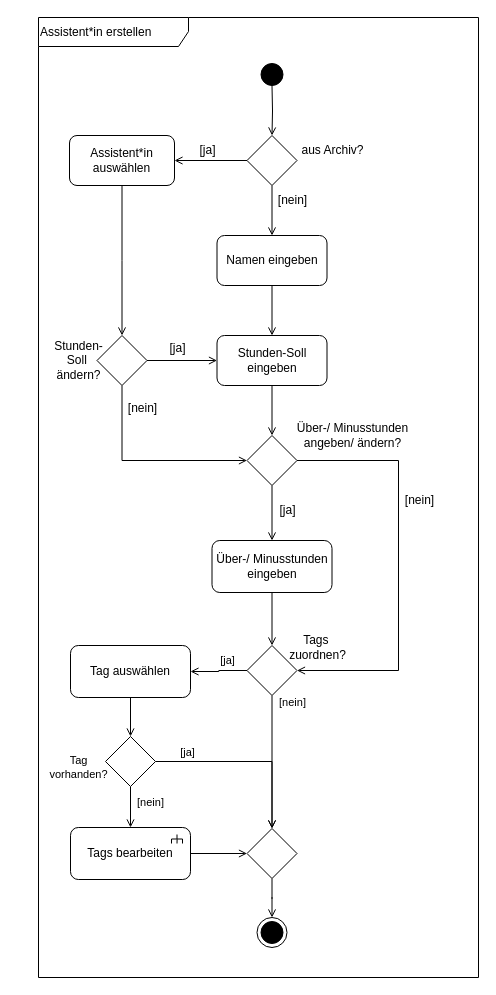
Before: 4_Entwurf/4_UML/4_UML_Aktivitätsdiagramme/ad_AssistentErstellen.drawio in annikalenneper/praxisprojekt_mi_bachelor_SoSe24, a draw.io diagram. Source tidied: cells renumbered, new cells numbered last; positions are measured from the earlier drawing's top-left corner, leaving out a move shared by most shapes. Both pictures are drawn from the tidied source at 100%, with x=0, y=0 at pixel (28, 17).
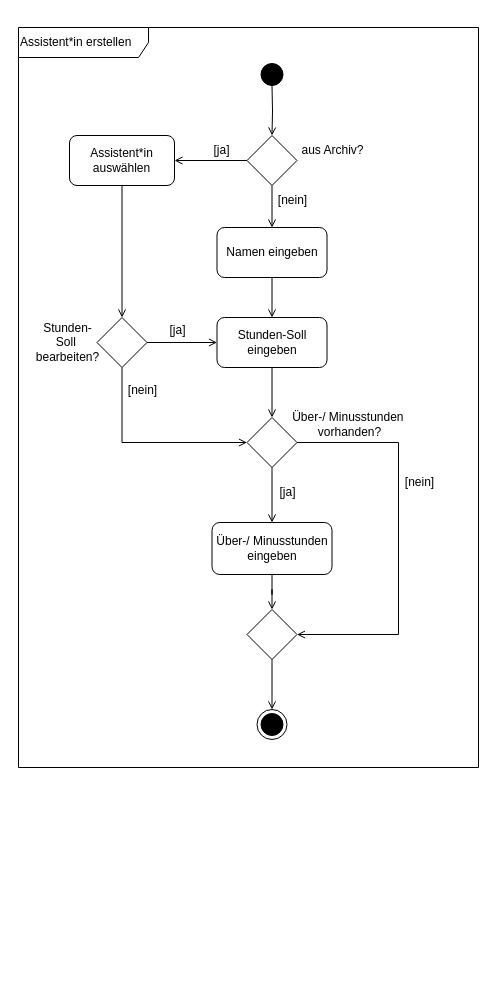
The same page after the edit.

Commit message:
removed possibility of adding tags while initiating new assistent, will be accessible from assistent profile view

Unchanged cells that the change refers to:
```xml
<mxCell id="26" value="Assistent*in auswählen" style="rounded=1;whiteSpace=wrap;html=1;strokeColor=default;align=center;verticalAlign=middle;fontFamily=Helvetica;fontSize=12;fontColor=default;labelBackgroundColor=default;fillColor=default;" parent="1" vertex="1">
  <mxGeometry x="41" y="118" width="105" height="50" as="geometry" />
</mxCell>
```

Change to the diagram source:
```diff
@@
-    <mxCell id="2" value="Assistent*in erstellen" style="shape=umlFrame;whiteSpace=wrap;html=1;width=150;height=29;align=left;" parent="1" vertex="1">
-      <mxGeometry x="10" width="440" height="960" as="geometry" />
+    <mxCell id="2" value="Assistent*in erstellen" style="shape=umlFrame;whiteSpace=wrap;html=1;width=130;height=30;align=left;" parent="1" vertex="1">
+      <mxGeometry x="-10" y="10" width="460" height="740" as="geometry" />
     </mxCell>
@@
     <mxCell id="5" value="Namen eingeben" style="labelBackgroundColor=none;rounded=1;whiteSpace=wrap;html=1;" parent="1" vertex="1">
-      <mxGeometry x="188.5" y="218" width="110" height="50" as="geometry" />
+      <mxGeometry x="188.5" y="210" width="110" height="50" as="geometry" />
     </mxCell>
@@
     <mxCell id="8" value="Stunden-Soll eingeben" style="labelBackgroundColor=none;rounded=1;whiteSpace=wrap;html=1;" parent="1" vertex="1">
-      <mxGeometry x="188.5" y="318" width="110" height="50" as="geometry" />
+      <mxGeometry x="188.5" y="300" width="110" height="50" as="geometry" />
     </mxCell>
@@
     <mxCell id="12" style="edgeStyle=orthogonalEdgeStyle;rounded=0;jettySize=auto;html=1;strokeColor=default;align=center;verticalAlign=middle;fontFamily=Helvetica;fontSize=12;fontColor=default;labelBackgroundColor=default;endArrow=open;endFill=0;entryX=1;entryY=0.5;entryDx=0;entryDy=0;" parent="1" edge="1" source="13" target="34">
       <mxGeometry relative="1" as="geometry">
         <Array as="points">
-          <mxPoint x="370" y="443" />
-          <mxPoint x="370" y="653" />
+          <mxPoint x="370" y="425" />
+          <mxPoint x="370" y="617" />
         </Array>
       </mxGeometry>
     </mxCell>
     <mxCell id="13" style="rhombus;whiteSpace=wrap;html=1;" parent="1" vertex="1">
-      <mxGeometry x="218.5" y="418" width="50" height="50" as="geometry" />
+      <mxGeometry x="218.5" y="400" width="50" height="50" as="geometry" />
     </mxCell>
@@
     <mxCell id="15" value="Über-/ Minusstunden eingeben" style="rounded=1;whiteSpace=wrap;html=1;" parent="1" vertex="1">
-      <mxGeometry x="183.5" y="523" width="120" height="52" as="geometry" />
+      <mxGeometry x="183.5" y="505" width="120" height="52" as="geometry" />
     </mxCell>
-    <mxCell id="16" value="Über-/ Minusstunden&lt;div&gt;angeben/ ändern?&lt;/div&gt;" style="text;html=1;align=center;verticalAlign=middle;strokeColor=none;fillColor=none;" parent="1" vertex="1">
-      <mxGeometry x="258.5" y="398" width="130" height="40" as="geometry" />
+    <mxCell id="16" value="Über-/ Minusstunden&amp;nbsp;&lt;div&gt;vorhanden&lt;span style=&quot;background-color: initial;&quot;&gt;?&lt;/span&gt;&lt;/div&gt;" style="text;html=1;align=center;verticalAlign=middle;strokeColor=none;fillColor=none;" parent="1" vertex="1">
+      <mxGeometry x="250.5" y="387" width="140" height="40" as="geometry" />
     </mxCell>
     <mxCell id="17" value="[ja]" style="text;html=1;align=center;verticalAlign=middle;strokeColor=none;fillColor=none;" parent="1" vertex="1">
-      <mxGeometry x="238.5" y="478" width="40" height="30" as="geometry" />
+      <mxGeometry x="238.5" y="460" width="40" height="30" as="geometry" />
     </mxCell>
@@
     <mxCell id="22" style="edgeStyle=orthogonalEdgeStyle;rounded=0;jettySize=auto;html=1;entryX=0;entryY=0.5;entryDx=0;entryDy=0;fontFamily=Helvetica;fontSize=12;fontColor=default;endArrow=open;endFill=0;exitX=0.5;exitY=1;exitDx=0;exitDy=0;" parent="1" edge="1" source="23" target="13">
       <mxGeometry relative="1" as="geometry">
         <Array as="points">
-          <mxPoint x="93.5" y="443" />
+          <mxPoint x="93.5" y="425" />
         </Array>
       </mxGeometry>
     </mxCell>
     <mxCell id="23" style="rhombus;whiteSpace=wrap;html=1;" parent="1" vertex="1">
-      <mxGeometry x="68.5" y="318" width="50" height="50" as="geometry" />
+      <mxGeometry x="68.5" y="300" width="50" height="50" as="geometry" />
     </mxCell>
     <mxCell id="24" value="[nein]" style="text;html=1;align=center;verticalAlign=middle;strokeColor=none;fillColor=none;" parent="1" vertex="1">
-      <mxGeometry x="88.5" y="376" width="50" height="30" as="geometry" />
+      <mxGeometry x="88.5" y="358" width="50" height="30" as="geometry" />
     </mxCell>
     <mxCell id="25" value="[ja]" style="text;html=1;align=center;verticalAlign=middle;strokeColor=none;fillColor=none;" parent="1" vertex="1">
-      <mxGeometry x="128.5" y="316" width="40" height="30" as="geometry" />
+      <mxGeometry x="128.5" y="298" width="40" height="30" as="geometry" />
     </mxCell>
@@
-    <mxCell id="27" style="edgeStyle=orthogonalEdgeStyle;rounded=0;jettySize=auto;html=1;entryX=0.95;entryY=0.75;entryDx=0;entryDy=0;entryPerimeter=0;strokeColor=default;align=center;verticalAlign=middle;fontFamily=Helvetica;fontSize=12;fontColor=default;labelBackgroundColor=default;endArrow=open;endFill=0;" parent="1" edge="1" source="26">
-      <mxGeometry relative="1" as="geometry">
-        <mxPoint x="93.5" y="318" as="targetPoint" />
-      </mxGeometry>
+    <mxCell id="27" style="edgeStyle=orthogonalEdgeStyle;rounded=0;jettySize=auto;html=1;entryX=0.5;entryY=0;entryDx=0;entryDy=0;strokeColor=default;align=center;verticalAlign=middle;fontFamily=Helvetica;fontSize=12;fontColor=default;labelBackgroundColor=default;endArrow=open;endFill=0;" parent="1" edge="1" source="26" target="23">
+      <mxGeometry relative="1" as="geometry" />
     </mxCell>
     <mxCell id="28" value="[ja]" style="text;html=1;align=center;verticalAlign=middle;strokeColor=none;fillColor=none;" parent="1" vertex="1">
-      <mxGeometry x="158.5" y="118" width="40" height="30" as="geometry" />
+      <mxGeometry x="172.5" y="118" width="40" height="30" as="geometry" />
     </mxCell>
     <mxCell id="29" value="[nein]" style="text;html=1;align=center;verticalAlign=middle;strokeColor=none;fillColor=none;" parent="1" vertex="1">
-      <mxGeometry x="366" y="468" width="50" height="30" as="geometry" />
+      <mxGeometry x="366" y="450" width="50" height="30" as="geometry" />
     </mxCell>
     <mxCell id="30" style="ellipse;html=1;shape=endState;fillColor=#000000;strokeColor=#000000;" parent="1" vertex="1">
-      <mxGeometry x="228.5" y="900" width="30" height="30" as="geometry" />
+      <mxGeometry x="228.5" y="692" width="30" height="30" as="geometry" />
     </mxCell>
-    <mxCell id="31" value="&lt;span style=&quot;text-wrap: wrap;&quot;&gt;Stunden-Soll&amp;nbsp;&lt;/span&gt;&lt;div&gt;&lt;span style=&quot;text-wrap: wrap;&quot;&gt;ändern?&lt;/span&gt;&lt;/div&gt;" style="text;html=1;align=center;verticalAlign=middle;strokeColor=none;fillColor=none;" parent="1" vertex="1">
-      <mxGeometry y="323" width="100" height="40" as="geometry" />
+    <mxCell id="31" value="&lt;span style=&quot;text-wrap: wrap;&quot;&gt;Stunden-Soll&amp;nbsp;&lt;/span&gt;&lt;div&gt;&lt;span style=&quot;text-wrap: wrap;&quot;&gt;bearbeiten?&lt;/span&gt;&lt;/div&gt;" style="text;html=1;align=center;verticalAlign=middle;strokeColor=none;fillColor=none;" parent="1" vertex="1">
+      <mxGeometry x="-11.5" y="305" width="100" height="40" as="geometry" />
     </mxCell>
-    <mxCell id="32" style="edgeStyle=orthogonalEdgeStyle;rounded=0;jettySize=auto;html=1;entryX=1;entryY=0.5;entryDx=0;entryDy=0;endArrow=open;endFill=0;" parent="1" edge="1" source="34" target="37">
-      <mxGeometry relative="1" as="geometry" />
-    </mxCell>
-    <mxCell id="33" style="edgeStyle=orthogonalEdgeStyle;rounded=0;jettySize=auto;html=1;strokeColor=default;align=center;verticalAlign=middle;fontFamily=Helvetica;fontSize=11;fontColor=default;labelBackgroundColor=default;endArrow=open;endFill=0;entryX=0.5;entryY=0;entryDx=0;entryDy=0;" parent="1" edge="1" source="34" target="49">
-      <mxGeometry relative="1" as="geometry" />
-    </mxCell>
+    <mxCell id="52" style="edgeStyle=orthogonalEdgeStyle;rounded=0;jettySize=auto;html=1;entryX=0.5;entryY=0;entryDx=0;entryDy=0;endArrow=open;endFill=0;" parent="1" edge="1" source="34" target="30">
+      <mxGeometry relative="1" as="geometry" />
+    </mxCell>
     <mxCell id="34" style="rhombus;whiteSpace=wrap;html=1;" parent="1" vertex="1">
-      <mxGeometry x="218.5" y="628" width="50" height="50" as="geometry" />
+      <mxGeometry x="218.5" y="592" width="50" height="50" as="geometry" />
     </mxCell>
-    <mxCell id="35" value="Tags&amp;nbsp;&lt;div&gt;zuordnen?&lt;/div&gt;" style="text;html=1;align=center;verticalAlign=middle;strokeColor=none;fillColor=none;" parent="1" vertex="1">
-      <mxGeometry x="248.5" y="610" width="80" height="40" as="geometry" />
-    </mxCell>
-    <mxCell id="36" style="edgeStyle=orthogonalEdgeStyle;rounded=0;jettySize=auto;html=1;entryX=0.5;entryY=0;entryDx=0;entryDy=0;strokeColor=default;align=center;verticalAlign=middle;fontFamily=Helvetica;fontSize=11;fontColor=default;labelBackgroundColor=default;endArrow=open;endFill=0;" parent="1" edge="1" source="37" target="45">
-      <mxGeometry relative="1" as="geometry" />
-    </mxCell>
-    <mxCell id="37" value="Tag auswählen" style="rounded=1;whiteSpace=wrap;html=1;" parent="1" vertex="1">
-      <mxGeometry x="42" y="628" width="120" height="52" as="geometry" />
-    </mxCell>
-    <mxCell id="38" value="[ja]" style="text;html=1;align=center;verticalAlign=middle;strokeColor=none;fillColor=none;fontFamily=Helvetica;fontSize=11;fontColor=default;labelBackgroundColor=default;" parent="1" vertex="1">
-      <mxGeometry x="178.5" y="628" width="40" height="30" as="geometry" />
-    </mxCell>
-    <mxCell id="39" value="[nein]" style="text;html=1;align=center;verticalAlign=middle;strokeColor=none;fillColor=none;fontFamily=Helvetica;fontSize=11;fontColor=default;labelBackgroundColor=default;" parent="1" vertex="1">
-      <mxGeometry x="238.5" y="670" width="50" height="30" as="geometry" />
-    </mxCell>
-    <mxCell id="40" style="edgeStyle=orthogonalEdgeStyle;rounded=0;jettySize=auto;html=1;entryX=0.5;entryY=0;entryDx=0;entryDy=0;strokeColor=default;align=center;verticalAlign=middle;fontFamily=Helvetica;fontSize=11;fontColor=default;labelBackgroundColor=default;endArrow=open;endFill=0;" parent="1" edge="1" source="45" target="42">
-      <mxGeometry relative="1" as="geometry" />
-    </mxCell>
-    <mxCell id="41" style="edgeStyle=orthogonalEdgeStyle;rounded=0;jettySize=auto;html=1;entryX=0;entryY=0.5;entryDx=0;entryDy=0;strokeColor=default;align=center;verticalAlign=middle;fontFamily=Helvetica;fontSize=11;fontColor=default;labelBackgroundColor=default;endArrow=open;endFill=0;" parent="1" edge="1" source="42" target="49">
-      <mxGeometry relative="1" as="geometry" />
-    </mxCell>
-    <mxCell id="42" value="Tags bearbeiten" style="rounded=1;whiteSpace=wrap;html=1;" parent="1" vertex="1">
-      <mxGeometry x="42" y="810" width="120" height="52" as="geometry" />
-    </mxCell>
-    <mxCell id="43" value="Tag &lt;br&gt;vorhanden?" style="text;html=1;align=center;verticalAlign=middle;strokeColor=none;fillColor=none;fontFamily=Helvetica;fontSize=11;fontColor=default;labelBackgroundColor=default;" parent="1" vertex="1">
-      <mxGeometry x="10" y="730" width="80" height="40" as="geometry" />
-    </mxCell>
-    <mxCell id="44" style="edgeStyle=orthogonalEdgeStyle;rounded=0;jettySize=auto;html=1;entryX=0.5;entryY=0;entryDx=0;entryDy=0;strokeColor=default;align=center;verticalAlign=middle;fontFamily=Helvetica;fontSize=11;fontColor=default;labelBackgroundColor=default;endArrow=open;endFill=0;" parent="1" edge="1" source="45" target="49">
-      <mxGeometry relative="1" as="geometry" />
-    </mxCell>
-    <mxCell id="45" style="rhombus;whiteSpace=wrap;html=1;fontFamily=Helvetica;fontSize=11;fontColor=default;labelBackgroundColor=default;" parent="1" vertex="1">
-      <mxGeometry x="77" y="719" width="50" height="50" as="geometry" />
-    </mxCell>
-    <mxCell id="46" value="[nein]" style="text;html=1;align=center;verticalAlign=middle;strokeColor=none;fillColor=none;fontFamily=Helvetica;fontSize=11;fontColor=default;labelBackgroundColor=default;" parent="1" vertex="1">
-      <mxGeometry x="97" y="770" width="50" height="30" as="geometry" />
-    </mxCell>
-    <mxCell id="47" value="[ja]" style="text;html=1;align=center;verticalAlign=middle;strokeColor=none;fillColor=none;fontFamily=Helvetica;fontSize=11;fontColor=default;labelBackgroundColor=default;" parent="1" vertex="1">
-      <mxGeometry x="139" y="720" width="40" height="30" as="geometry" />
-    </mxCell>
-    <mxCell id="48" style="edgeStyle=orthogonalEdgeStyle;rounded=0;jettySize=auto;html=1;entryX=0.5;entryY=0;entryDx=0;entryDy=0;strokeColor=default;align=center;verticalAlign=middle;fontFamily=Helvetica;fontSize=11;fontColor=default;labelBackgroundColor=default;endArrow=open;endFill=0;" parent="1" edge="1" source="49" target="30">
-      <mxGeometry relative="1" as="geometry" />
-    </mxCell>
-    <mxCell id="49" style="rhombus;whiteSpace=wrap;html=1;fontFamily=Helvetica;fontSize=11;fontColor=default;labelBackgroundColor=default;" parent="1" vertex="1">
-      <mxGeometry x="218.5" y="811" width="50" height="50" as="geometry" />
-    </mxCell>
-    <mxCell id="50" style="strokeWidth=1;html=1;shape=mxgraph.flowchart.annotation_2;align=left;labelPosition=right;rotation=90;fontFamily=Helvetica;fontSize=11;fontColor=default;labelBackgroundColor=default;" parent="1" vertex="1">
-      <mxGeometry x="144" y="816" width="9" height="11" as="geometry" />
-    </mxCell>
-    <mxCell id="51" style="endArrow=none;html=1;rounded=0;entryX=0.519;entryY=0.49;entryDx=0;entryDy=0;entryPerimeter=0;exitX=1;exitY=0.5;exitDx=0;exitDy=0;exitPerimeter=0;strokeWidth=1;strokeColor=default;align=center;verticalAlign=middle;fontFamily=Helvetica;fontSize=11;fontColor=default;labelBackgroundColor=default;edgeStyle=orthogonalEdgeStyle;" parent="1" edge="1" source="50" target="50">
-      <mxGeometry relative="1" as="geometry" />
-    </mxCell>
```
